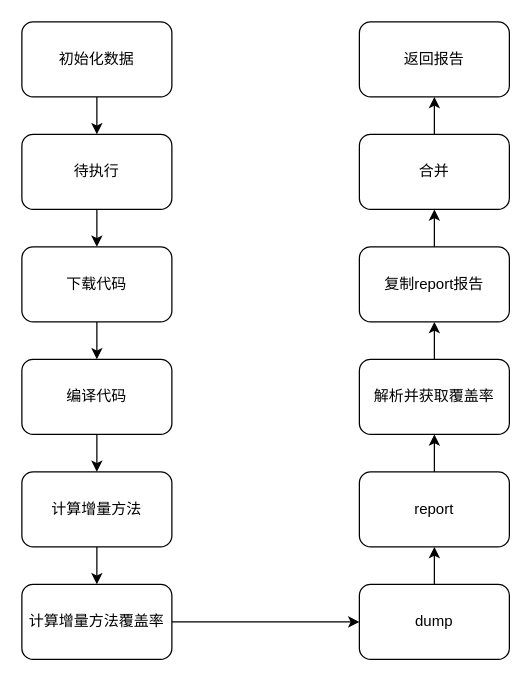
This is super-jacoco.drawio from chengmo23/draw.io, a draw.io file, before an edit. Source tidied: cells renumbered, new cells numbered last; positions are measured from the earlier drawing's top-left corner, leaving out a move shared by most shapes. Both pictures are drawn from the tidied source at 125%, with x=0, y=0 at pixel (21, 21).
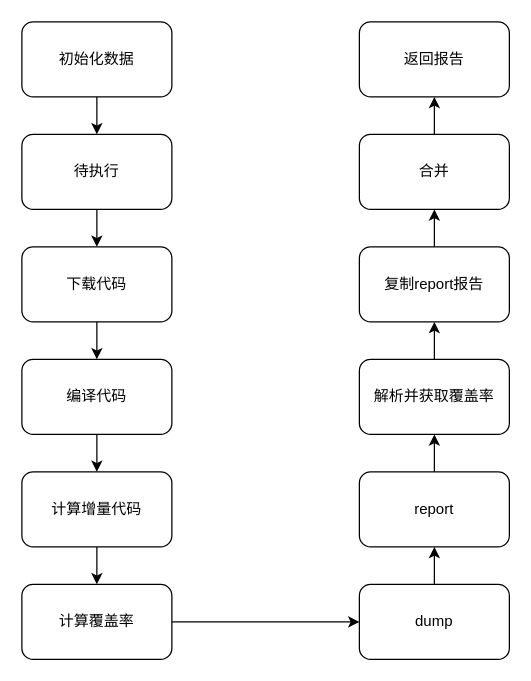
The same diagram, later.

Change to the diagram source:
```diff
@@
-    <mxCell id="11" value="计算增量方法" style="rounded=1;whiteSpace=wrap;html=1;" parent="1" vertex="1">
+    <mxCell id="11" value="计算增量代码" style="rounded=1;whiteSpace=wrap;html=1;" parent="1" vertex="1">
       <mxGeometry y="360" width="120" height="60" as="geometry" />
     </mxCell>
@@
-    <mxCell id="13" value="计算增量方法覆盖率" style="rounded=1;whiteSpace=wrap;html=1;" parent="1" vertex="1">
+    <mxCell id="13" value="计算覆盖率" style="rounded=1;whiteSpace=wrap;html=1;" parent="1" vertex="1">
       <mxGeometry y="450" width="120" height="60" as="geometry" />
     </mxCell>
```
